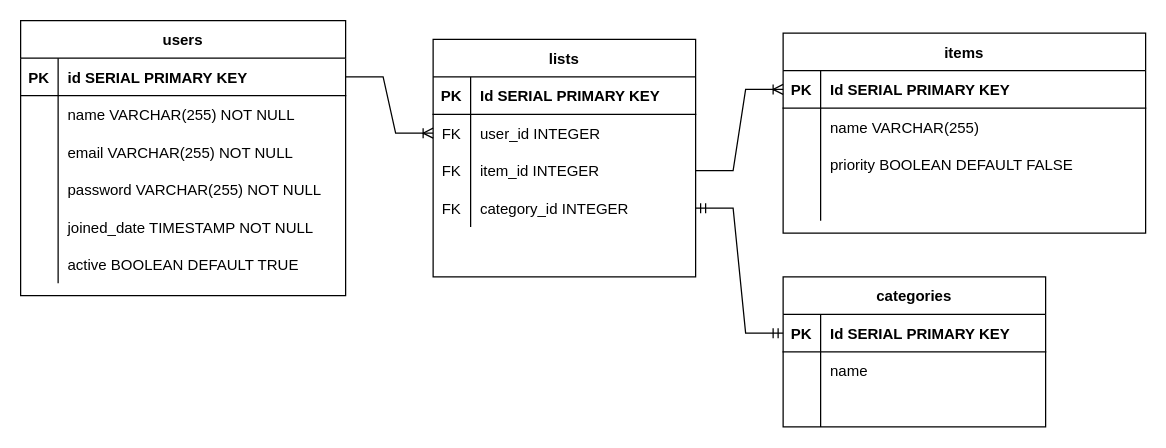
Before: planning/todo_ERD.drawio in smalott16/lhl_midterm, a draw.io diagram. Source tidied: cells renumbered, new cells numbered last; positions are measured from the earlier drawing's top-left corner, leaving out a move shared by most shapes. Both pictures are drawn from the tidied source at 125%, with x=0, y=0 at pixel (20, 20).
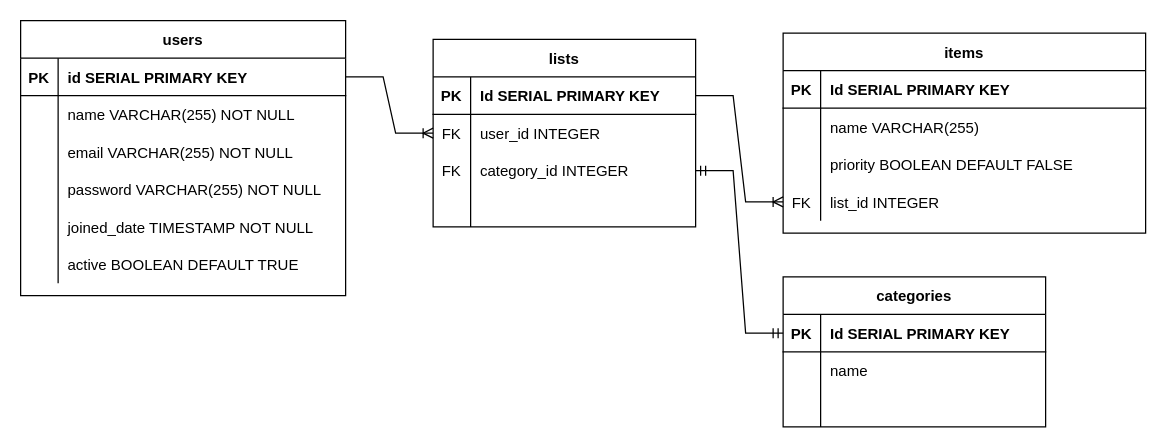
The same page after the edit.

Commit message (it also covers changes not shown here):
changed the database content and schema. Changed the routes files as needed

Unchanged cells that the change refers to:
```xml
<mxCell id="22" style="shape=partialRectangle;fillColor=none;top=0;left=0;bottom=1;right=0;points=[[0,0.5],[1,0.5]];portConstraint=eastwest;" parent="21" vertex="1">
  <mxGeometry y="30" width="210" height="30" as="geometry" />
</mxCell>
<mxCell id="45" style="shape=partialRectangle;fillColor=none;top=0;left=0;bottom=1;right=0;points=[[0,0.5],[1,0.5]];portConstraint=eastwest;" parent="44" vertex="1">
  <mxGeometry y="30" width="290" height="30" as="geometry" />
</mxCell>
<mxCell id="54" style="shape=partialRectangle;fillColor=none;top=0;left=0;bottom=0;right=0;points=[[0,0.5],[1,0.5]];portConstraint=eastwest;" parent="44" vertex="1">
  <mxGeometry y="120" width="290" height="30" as="geometry" />
</mxCell>
```

Diff of the diagram source:
```diff
@@
     <mxCell id="21" value="lists" style="shape=table;startSize=30;childLayout=tableLayout;rowLines=0;fontStyle=1;align=center;" parent="1" vertex="1">
-      <mxGeometry x="330" y="15" width="210" height="190" as="geometry" />
+      <mxGeometry x="330" y="15" width="210" height="150" as="geometry" />
     </mxCell>
@@
+    <mxCell id="31" style="shape=partialRectangle;fillColor=none;top=0;left=0;bottom=0;right=0;points=[[0,0.5],[1,0.5]];portConstraint=eastwest;" parent="21" vertex="1">
+      <mxGeometry y="90" width="210" height="30" as="geometry" />
+    </mxCell>
+    <mxCell id="32" value="FK" style="shape=partialRectangle;fillColor=none;top=0;left=0;bottom=0;right=0;overflow=hidden;" parent="31" vertex="1">
+      <mxGeometry width="30" height="30" as="geometry" />
+    </mxCell>
+    <mxCell id="33" value="category_id INTEGER" style="shape=partialRectangle;fillColor=none;top=0;left=0;bottom=0;right=0;align=left;spacingLeft=6;overflow=hidden;" parent="31" vertex="1">
+      <mxGeometry x="30" width="180" height="30" as="geometry" />
+    </mxCell>
     <mxCell id="28" style="shape=partialRectangle;fillColor=none;top=0;left=0;bottom=0;right=0;points=[[0,0.5],[1,0.5]];portConstraint=eastwest;" parent="21" vertex="1">
-      <mxGeometry y="90" width="210" height="30" as="geometry" />
+      <mxGeometry y="120" width="210" height="30" as="geometry" />
     </mxCell>
-    <mxCell id="29" value="FK" style="shape=partialRectangle;fillColor=none;top=0;left=0;bottom=0;right=0;overflow=hidden;" parent="28" vertex="1">
+    <mxCell id="29" style="shape=partialRectangle;fillColor=none;top=0;left=0;bottom=0;right=0;overflow=hidden;" parent="28" vertex="1">
       <mxGeometry width="30" height="30" as="geometry" />
     </mxCell>
-    <mxCell id="30" value="item_id INTEGER" style="shape=partialRectangle;fillColor=none;top=0;left=0;bottom=0;right=0;align=left;spacingLeft=6;overflow=hidden;" parent="28" vertex="1">
+    <mxCell id="30" style="shape=partialRectangle;fillColor=none;top=0;left=0;bottom=0;right=0;align=left;spacingLeft=6;overflow=hidden;" parent="28" vertex="1">
       <mxGeometry x="30" width="180" height="30" as="geometry" />
     </mxCell>
-    <mxCell id="31" style="shape=partialRectangle;fillColor=none;top=0;left=0;bottom=0;right=0;points=[[0,0.5],[1,0.5]];portConstraint=eastwest;" parent="21" vertex="1">
-      <mxGeometry y="120" width="210" height="30" as="geometry" />
-    </mxCell>
-    <mxCell id="32" value="FK" style="shape=partialRectangle;fillColor=none;top=0;left=0;bottom=0;right=0;overflow=hidden;" parent="31" vertex="1">
-      <mxGeometry width="30" height="30" as="geometry" />
-    </mxCell>
-    <mxCell id="33" value="category_id INTEGER" style="shape=partialRectangle;fillColor=none;top=0;left=0;bottom=0;right=0;align=left;spacingLeft=6;overflow=hidden;" parent="31" vertex="1">
-      <mxGeometry x="30" width="180" height="30" as="geometry" />
-    </mxCell>
@@
-    <mxCell id="55" style="shape=partialRectangle;fillColor=none;top=0;left=0;bottom=0;right=0;overflow=hidden;" parent="54" vertex="1">
+    <mxCell id="55" value="FK" style="shape=partialRectangle;fillColor=none;top=0;left=0;bottom=0;right=0;overflow=hidden;" parent="54" vertex="1">
       <mxGeometry width="30" height="30" as="geometry" />
     </mxCell>
-    <mxCell id="56" style="shape=partialRectangle;fillColor=none;top=0;left=0;bottom=0;right=0;align=left;spacingLeft=6;overflow=hidden;" parent="54" vertex="1">
+    <mxCell id="56" value="list_id INTEGER" style="shape=partialRectangle;fillColor=none;top=0;left=0;bottom=0;right=0;align=left;spacingLeft=6;overflow=hidden;" parent="54" vertex="1">
       <mxGeometry x="30" width="260" height="30" as="geometry" />
     </mxCell>
@@
-    <mxCell id="59" style="edgeStyle=entityRelationEdgeStyle;fontSize=12;html=1;endArrow=ERoneToMany;rounded=0;entryX=0;entryY=0.5;entryDx=0;entryDy=0;" parent="1" edge="1" source="28" target="45">
+    <mxCell id="59" style="edgeStyle=entityRelationEdgeStyle;fontSize=12;html=1;endArrow=ERoneToMany;rounded=0;entryX=0;entryY=0.5;entryDx=0;entryDy=0;exitX=1;exitY=0.5;exitDx=0;exitDy=0;" parent="1" edge="1" source="22" target="54">
       <mxGeometry relative="1" as="geometry" />
     </mxCell>
```
